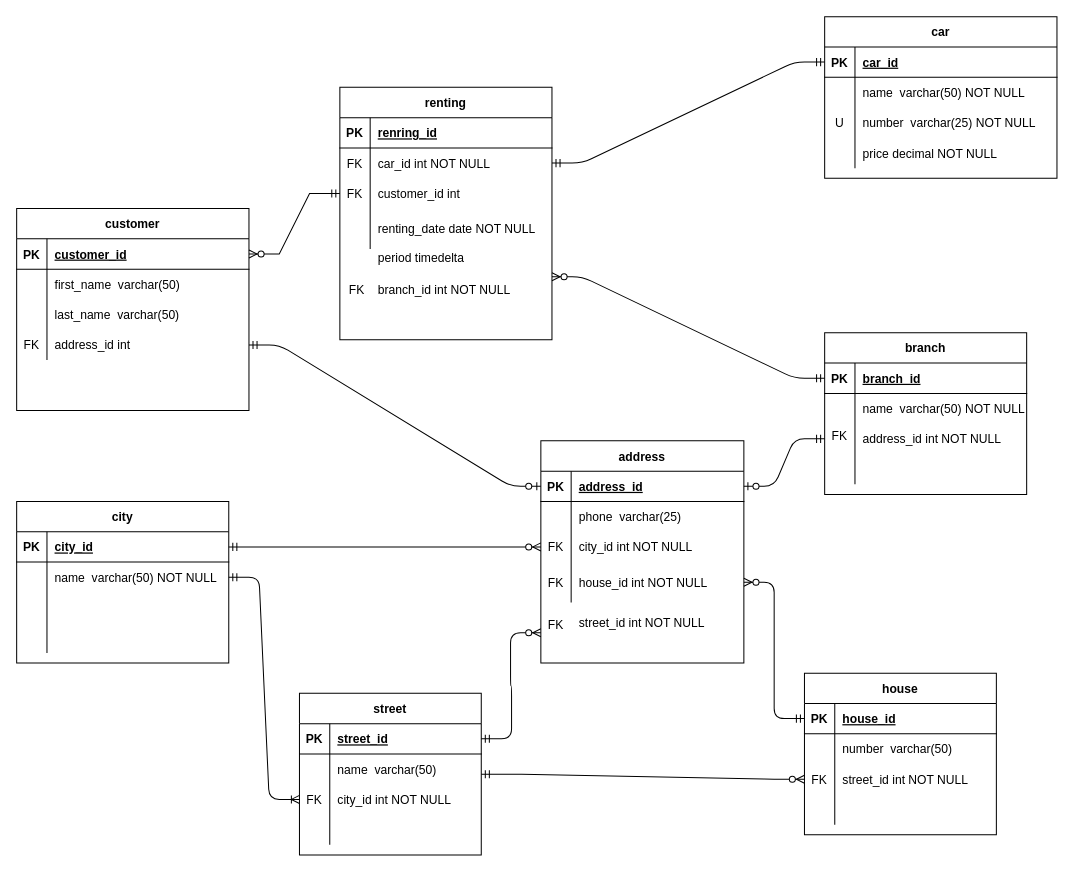
Before: databases/database_scheme/cars.drawio in cyr1z/python_education, a draw.io diagram. Source tidied: cells renumbered, new cells numbered last; positions are measured from the earlier drawing's top-left corner, leaving out a move shared by most shapes. Both pictures are drawn from the tidied source at 101%, with x=0, y=0 at pixel (16, 16).
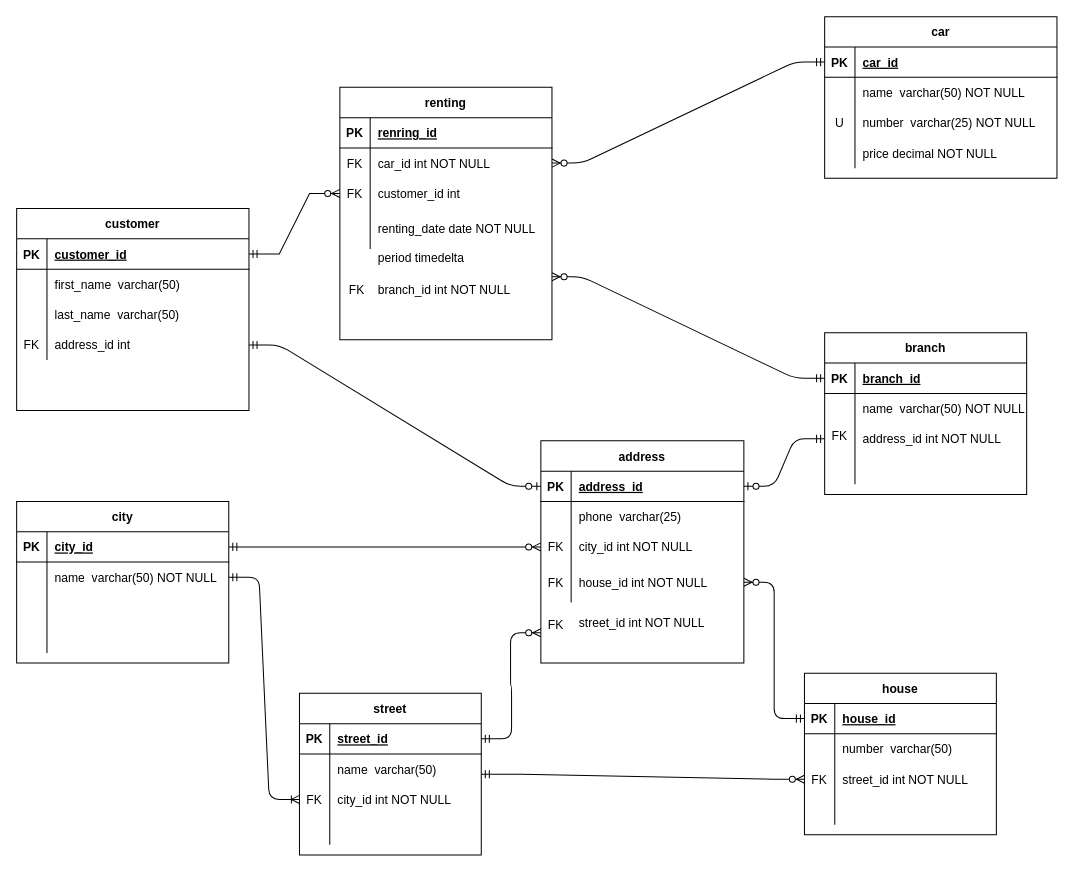
Above is the later version.

Unchanged cells that the change refers to:
```xml
<mxCell id="3" style="shape=partialRectangle;fillColor=none;top=0;left=0;bottom=1;right=0;points=[[0,0.5],[1,0.5]];portConstraint=eastwest;" parent="2" vertex="1">
  <mxGeometry y="30" width="230" height="30" as="geometry" />
</mxCell>
<mxCell id="29" style="shape=partialRectangle;fillColor=none;top=0;left=0;bottom=1;right=0;points=[[0,0.5],[1,0.5]];portConstraint=eastwest;" parent="28" vertex="1">
  <mxGeometry y="30" width="230" height="30" as="geometry" />
</mxCell>
<mxCell id="110" style="shape=partialRectangle;fillColor=none;top=0;left=0;bottom=0;right=0;points=[[0,0.5],[1,0.5]];portConstraint=eastwest;" parent="106" vertex="1">
  <mxGeometry y="60" width="210" height="30" as="geometry" />
</mxCell>
<mxCell id="113" style="shape=partialRectangle;fillColor=none;top=0;left=0;bottom=0;right=0;points=[[0,0.5],[1,0.5]];portConstraint=eastwest;" parent="106" vertex="1">
  <mxGeometry y="90" width="210" height="30" as="geometry" />
</mxCell>
```

Change to the diagram source:
```diff
@@
-    <mxCell id="99" style="edgeStyle=entityRelationEdgeStyle;fontSize=12;html=1;endArrow=ERmandOne;startArrow=ERmandOne;entryX=0;entryY=0.5;entryDx=0;entryDy=0;exitX=1;exitY=0.5;exitDx=0;exitDy=0;" parent="1" edge="1" source="110" target="29">
+    <mxCell id="99" style="edgeStyle=entityRelationEdgeStyle;fontSize=12;html=1;endArrow=ERmandOne;startArrow=ERzeroToMany;entryX=0;entryY=0.5;entryDx=0;entryDy=0;exitX=1;exitY=0.5;exitDx=0;exitDy=0;startFill=1;" parent="1" edge="1" source="110" target="29">
       <mxGeometry relative="1" as="geometry" />
     </mxCell>
@@
-    <mxCell id="101" style="edgeStyle=entityRelationEdgeStyle;rounded=0;jettySize=auto;html=1;exitX=1;exitY=0.5;exitDx=0;exitDy=0;entryX=0;entryY=0.5;entryDx=0;entryDy=0;startArrow=ERzeroToMany;startFill=1;endArrow=ERmandOne;endFill=0;strokeColor=#000000;" parent="1" edge="1" source="3" target="113">
+    <mxCell id="101" style="edgeStyle=entityRelationEdgeStyle;rounded=0;jettySize=auto;html=1;exitX=1;exitY=0.5;exitDx=0;exitDy=0;entryX=0;entryY=0.5;entryDx=0;entryDy=0;startArrow=ERmandOne;startFill=0;endArrow=ERzeroToMany;endFill=1;strokeColor=#000000;" parent="1" edge="1" source="3" target="113">
       <mxGeometry relative="1" as="geometry" />
     </mxCell>
```
